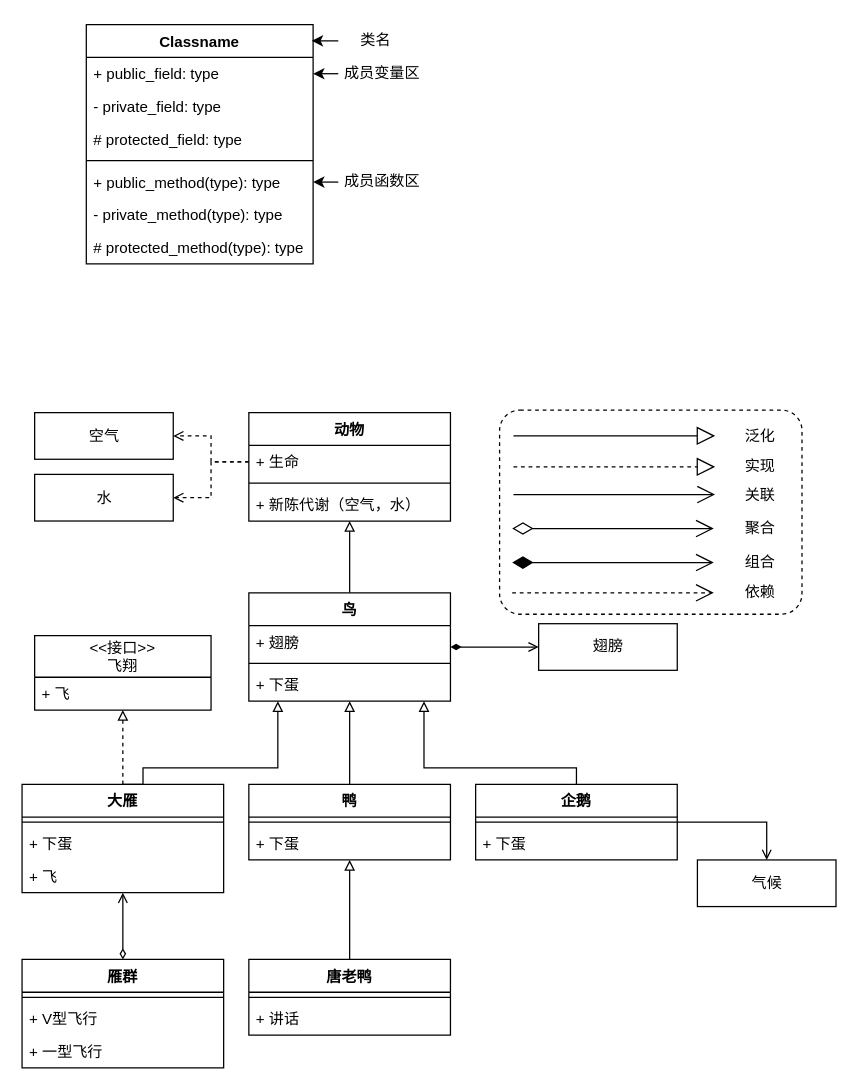
Earlier version of the draw.io diagram page "Page-3" (3 of 6) of c++_object/c++object.drawio (hitgavin/diagrams). Source tidied: cells renumbered, new cells numbered last; positions are measured from the earlier drawing's top-left corner, leaving out a move shared by most shapes. Both pictures are drawn from the tidied source at 126%, with x=0, y=0 at pixel (21, 21).
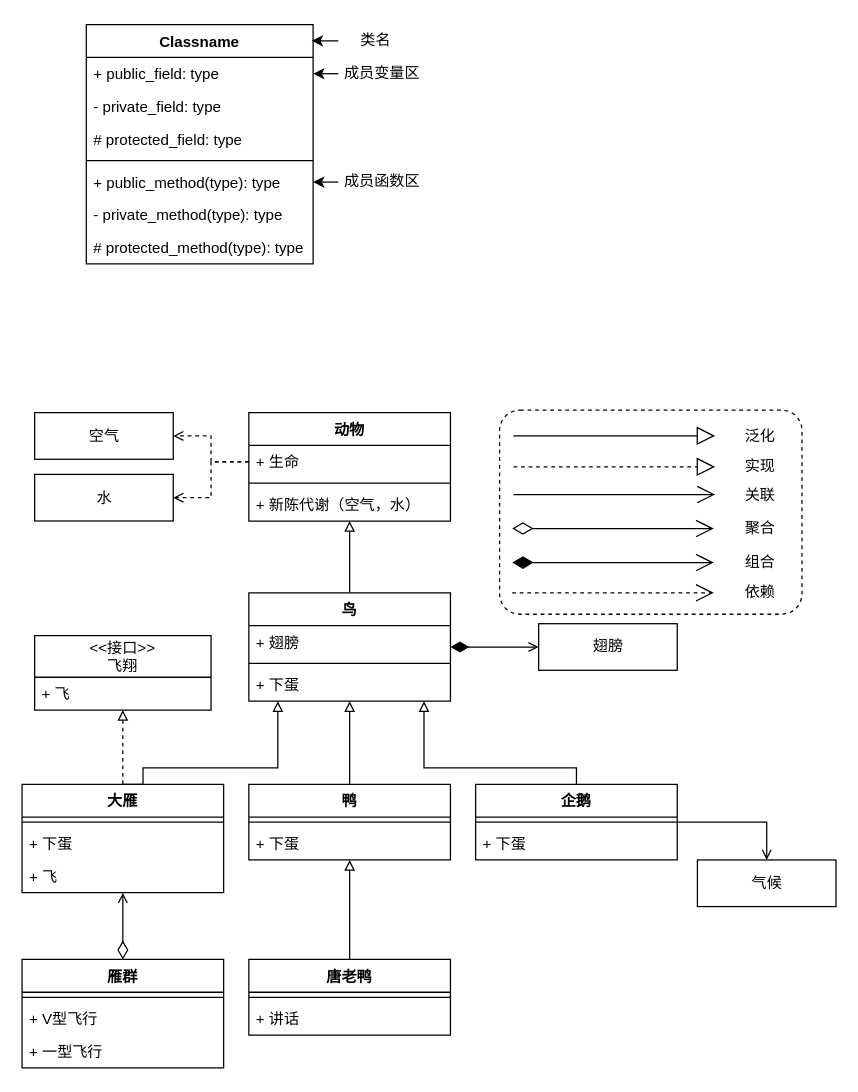
Above is the later version.

Unchanged cells that the change refers to:
```xml
<mxCell id="26" value="鸟" style="swimlane;fontStyle=1;align=center;verticalAlign=top;horizontal=1;startSize=26;" parent="1" vertex="1">
  <mxGeometry x="180" y="453" width="160" height="86" as="geometry" />
</mxCell>
<mxCell id="32" value="大雁" style="swimlane;fontStyle=1;align=center;verticalAlign=top;horizontal=1;startSize=26;" parent="1" vertex="1">
  <mxGeometry y="605" width="160" height="86" as="geometry" />
</mxCell>
<mxCell id="53" value="雁群" style="swimlane;fontStyle=1;align=center;verticalAlign=top;horizontal=1;startSize=26;" parent="1" vertex="1">
  <mxGeometry y="744" width="160" height="86" as="geometry" />
</mxCell>
<mxCell id="57" value="翅膀" style="html=1;" parent="1" vertex="1">
  <mxGeometry x="410" y="477.5" width="110" height="37" as="geometry" />
</mxCell>
```

Change to the diagram source:
```diff
@@
-    <mxCell id="25" style="edgeStyle=orthogonalEdgeStyle;rounded=0;jettySize=auto;html=1;startArrow=diamondThin;startFill=1;endArrow=open;endFill=0;" parent="1" edge="1" source="26" target="57">
+    <mxCell id="25" style="edgeStyle=orthogonalEdgeStyle;rounded=0;jettySize=auto;html=1;startArrow=diamondThin;startFill=1;endArrow=open;endFill=0;startSize=12;" parent="1" edge="1" source="26" target="57">
       <mxGeometry relative="1" as="geometry" />
     </mxCell>
@@
-    <mxCell id="52" style="edgeStyle=orthogonalEdgeStyle;rounded=0;jettySize=auto;html=1;endArrow=open;endFill=0;startArrow=diamondThin;startFill=0;" parent="1" edge="1" source="53" target="32">
+    <mxCell id="52" style="edgeStyle=orthogonalEdgeStyle;rounded=0;jettySize=auto;html=1;endArrow=open;endFill=0;startArrow=diamondThin;startFill=0;startSize=12;" parent="1" edge="1" source="53" target="32">
       <mxGeometry relative="1" as="geometry" />
     </mxCell>
```
